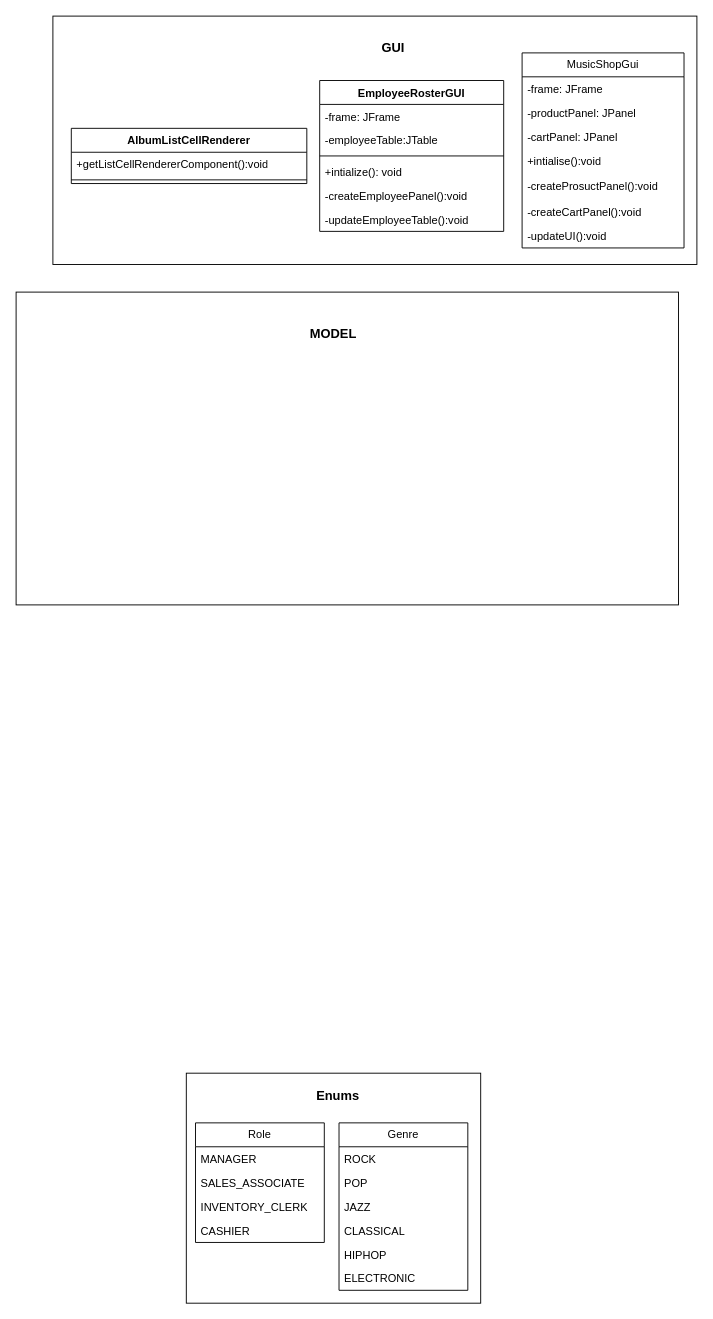
Senaraufi/OOAD-miniproject keeps this draw.io diagram as Diagrams/ClassDiagram.drawio. Above is the earlier version. Source tidied: cells renumbered, new cells numbered last; positions are measured from the earlier drawing's top-left corner, leaving out a move shared by most shapes. Both pictures are drawn from the tidied source at 92%, with x=0, y=0 at pixel (16, 16).
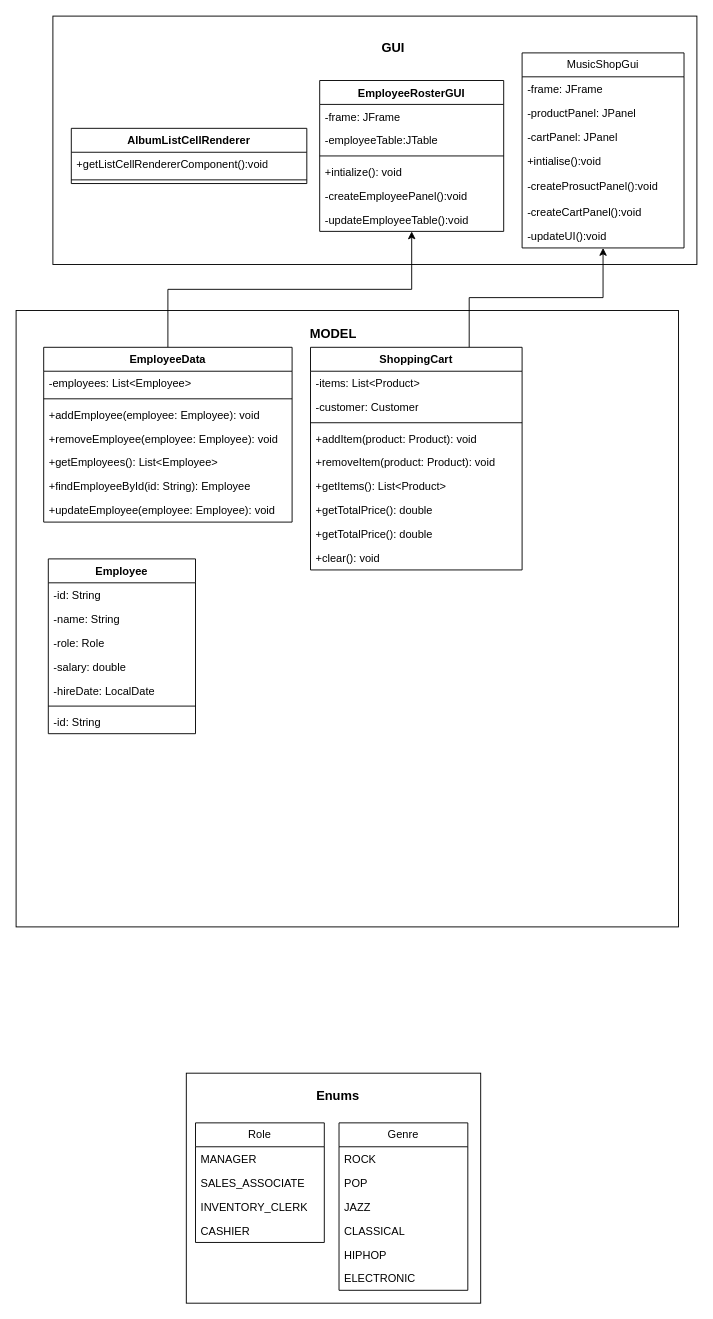
The same page after the edit.

The change refers to these unchanged cells:
```xml
<mxCell id="22" value="MusicShopGui" style="swimlane;fontStyle=0;horizontal=1;startSize=26;fillColor=none;whiteSpace=wrap;html=1;" parent="17" vertex="1">
  <mxGeometry x="510" y="40" width="176" height="212" as="geometry" />
</mxCell>
<mxCell id="30" value="EmployeeRosterGUI" style="swimlane;fontStyle=1;align=center;verticalAlign=top;horizontal=1;startSize=26;whiteSpace=wrap;html=1;" parent="17" vertex="1">
  <mxGeometry x="290" y="70" width="200" height="164" as="geometry" />
</mxCell>
```

The edit, as a diff of the source:
```diff
@@
     <mxCell id="38" style="rounded=0;whiteSpace=wrap;html=1;" parent="1" vertex="1">
-      <mxGeometry y="300" width="720" height="340" as="geometry" />
+      <mxGeometry y="320" width="720" height="670" as="geometry" />
     </mxCell>
@@
+    <mxCell id="40" style="edgeStyle=orthogonalEdgeStyle;rounded=0;jettySize=auto;html=1;exitX=0.5;exitY=0;exitDx=0;exitDy=0;" parent="1" edge="1" source="41" target="30">
+      <mxGeometry relative="1" as="geometry" />
+    </mxCell>
+    <mxCell id="41" value="EmployeeData" style="swimlane;fontStyle=1;align=center;verticalAlign=top;horizontal=1;startSize=26;whiteSpace=wrap;html=1;" parent="1" vertex="1">
+      <mxGeometry x="30" y="360" width="270" height="190" as="geometry" />
+    </mxCell>
+    <mxCell id="42" value="&lt;div&gt;-employees: List&amp;lt;Employee&amp;gt;&lt;/div&gt;" style="text;strokeColor=none;fillColor=none;align=left;verticalAlign=top;spacingLeft=4;spacingRight=4;overflow=hidden;whiteSpace=wrap;html=1;" parent="41" vertex="1">
+      <mxGeometry y="26" width="270" height="26" as="geometry" />
+    </mxCell>
+    <mxCell id="43" style="line;strokeWidth=1;fillColor=none;align=left;verticalAlign=middle;spacingTop=-1;spacingLeft=3;spacingRight=3;labelPosition=right;strokeColor=inherit;" parent="41" vertex="1">
+      <mxGeometry y="52" width="270" height="8" as="geometry" />
+    </mxCell>
+    <mxCell id="44" value="+addEmployee(employee: Employee): void" style="text;strokeColor=none;fillColor=none;align=left;verticalAlign=top;spacingLeft=4;spacingRight=4;overflow=hidden;whiteSpace=wrap;html=1;" parent="41" vertex="1">
+      <mxGeometry y="60" width="270" height="26" as="geometry" />
+    </mxCell>
+    <mxCell id="45" value="&lt;div&gt;+removeEmployee(employee: Employee): void&lt;/div&gt;" style="text;strokeColor=none;fillColor=none;align=left;verticalAlign=top;spacingLeft=4;spacingRight=4;overflow=hidden;whiteSpace=wrap;html=1;" parent="41" vertex="1">
+      <mxGeometry y="86" width="270" height="26" as="geometry" />
+    </mxCell>
+    <mxCell id="46" value="&lt;div&gt;+getEmployees(): List&amp;lt;Employee&amp;gt;&lt;/div&gt;" style="text;strokeColor=none;fillColor=none;align=left;verticalAlign=top;spacingLeft=4;spacingRight=4;overflow=hidden;whiteSpace=wrap;html=1;" parent="41" vertex="1">
+      <mxGeometry y="112" width="270" height="26" as="geometry" />
+    </mxCell>
+    <mxCell id="47" value="&lt;div&gt;+findEmployeeById(id: String): Employee&lt;/div&gt;" style="text;strokeColor=none;fillColor=none;align=left;verticalAlign=top;spacingLeft=4;spacingRight=4;overflow=hidden;whiteSpace=wrap;html=1;" parent="41" vertex="1">
+      <mxGeometry y="138" width="270" height="26" as="geometry" />
+    </mxCell>
+    <mxCell id="48" value="&lt;div&gt;+updateEmployee(employee: Employee): void&lt;/div&gt;" style="text;strokeColor=none;fillColor=none;align=left;verticalAlign=top;spacingLeft=4;spacingRight=4;overflow=hidden;whiteSpace=wrap;html=1;" parent="41" vertex="1">
+      <mxGeometry y="164" width="270" height="26" as="geometry" />
+    </mxCell>
+    <mxCell id="49" style="edgeStyle=orthogonalEdgeStyle;rounded=0;jettySize=auto;html=1;exitX=0.75;exitY=0;exitDx=0;exitDy=0;" parent="1" edge="1" source="50" target="22">
+      <mxGeometry relative="1" as="geometry" />
+    </mxCell>
+    <mxCell id="50" value="ShoppingCart" style="swimlane;fontStyle=1;align=center;verticalAlign=top;horizontal=1;startSize=26;whiteSpace=wrap;html=1;" parent="1" vertex="1">
+      <mxGeometry x="320" y="360" width="230" height="242" as="geometry" />
+    </mxCell>
+    <mxCell id="51" value="-items: List&amp;lt;Product&amp;gt;" style="text;strokeColor=none;fillColor=none;align=left;verticalAlign=top;spacingLeft=4;spacingRight=4;overflow=hidden;whiteSpace=wrap;html=1;" parent="50" vertex="1">
+      <mxGeometry y="26" width="230" height="26" as="geometry" />
+    </mxCell>
+    <mxCell id="52" value="-customer: Customer" style="text;strokeColor=none;fillColor=none;align=left;verticalAlign=top;spacingLeft=4;spacingRight=4;overflow=hidden;whiteSpace=wrap;html=1;" parent="50" vertex="1">
+      <mxGeometry y="52" width="230" height="26" as="geometry" />
+    </mxCell>
+    <mxCell id="53" style="line;strokeWidth=1;fillColor=none;align=left;verticalAlign=middle;spacingTop=-1;spacingLeft=3;spacingRight=3;labelPosition=right;strokeColor=inherit;" parent="50" vertex="1">
+      <mxGeometry y="78" width="230" height="8" as="geometry" />
+    </mxCell>
+    <mxCell id="54" value="+addItem(product: Product): void" style="text;strokeColor=none;fillColor=none;align=left;verticalAlign=top;spacingLeft=4;spacingRight=4;overflow=hidden;whiteSpace=wrap;html=1;" parent="50" vertex="1">
+      <mxGeometry y="86" width="230" height="26" as="geometry" />
+    </mxCell>
+    <mxCell id="55" value="+removeItem(product: Product): void" style="text;strokeColor=none;fillColor=none;align=left;verticalAlign=top;spacingLeft=4;spacingRight=4;overflow=hidden;whiteSpace=wrap;html=1;" parent="50" vertex="1">
+      <mxGeometry y="112" width="230" height="26" as="geometry" />
+    </mxCell>
+    <mxCell id="56" value="+getItems(): List&amp;lt;Product&amp;gt;" style="text;strokeColor=none;fillColor=none;align=left;verticalAlign=top;spacingLeft=4;spacingRight=4;overflow=hidden;whiteSpace=wrap;html=1;" parent="50" vertex="1">
+      <mxGeometry y="138" width="230" height="26" as="geometry" />
+    </mxCell>
+    <mxCell id="57" value="+getTotalPrice(): double" style="text;strokeColor=none;fillColor=none;align=left;verticalAlign=top;spacingLeft=4;spacingRight=4;overflow=hidden;whiteSpace=wrap;html=1;" parent="50" vertex="1">
+      <mxGeometry y="164" width="230" height="26" as="geometry" />
+    </mxCell>
+    <mxCell id="58" value="+getTotalPrice(): double&lt;div&gt;&lt;/div&gt;" style="text;strokeColor=none;fillColor=none;align=left;verticalAlign=top;spacingLeft=4;spacingRight=4;overflow=hidden;whiteSpace=wrap;html=1;" parent="50" vertex="1">
+      <mxGeometry y="190" width="230" height="26" as="geometry" />
+    </mxCell>
+    <mxCell id="59" value="+clear(): void&lt;div&gt;&lt;/div&gt;" style="text;strokeColor=none;fillColor=none;align=left;verticalAlign=top;spacingLeft=4;spacingRight=4;overflow=hidden;whiteSpace=wrap;html=1;" parent="50" vertex="1">
+      <mxGeometry y="216" width="230" height="26" as="geometry" />
+    </mxCell>
+    <mxCell id="60" value="Employee" style="swimlane;fontStyle=1;align=center;verticalAlign=top;horizontal=1;startSize=26;whiteSpace=wrap;html=1;" parent="1" vertex="1">
+      <mxGeometry x="35" y="590" width="160" height="190" as="geometry" />
+    </mxCell>
+    <mxCell id="61" value="-id: String" style="text;strokeColor=none;fillColor=none;align=left;verticalAlign=top;spacingLeft=4;spacingRight=4;overflow=hidden;whiteSpace=wrap;html=1;" parent="60" vertex="1">
+      <mxGeometry y="26" width="160" height="26" as="geometry" />
+    </mxCell>
+    <mxCell id="62" value="-name: String" style="text;strokeColor=none;fillColor=none;align=left;verticalAlign=top;spacingLeft=4;spacingRight=4;overflow=hidden;whiteSpace=wrap;html=1;" parent="60" vertex="1">
+      <mxGeometry y="52" width="160" height="26" as="geometry" />
+    </mxCell>
+    <mxCell id="63" value="-role: Role" style="text;strokeColor=none;fillColor=none;align=left;verticalAlign=top;spacingLeft=4;spacingRight=4;overflow=hidden;whiteSpace=wrap;html=1;" parent="60" vertex="1">
+      <mxGeometry y="78" width="160" height="26" as="geometry" />
+    </mxCell>
+    <mxCell id="64" value="-salary: double" style="text;strokeColor=none;fillColor=none;align=left;verticalAlign=top;spacingLeft=4;spacingRight=4;overflow=hidden;whiteSpace=wrap;html=1;" parent="60" vertex="1">
+      <mxGeometry y="104" width="160" height="26" as="geometry" />
+    </mxCell>
+    <mxCell id="65" value="-hireDate: LocalDate" style="text;strokeColor=none;fillColor=none;align=left;verticalAlign=top;spacingLeft=4;spacingRight=4;overflow=hidden;whiteSpace=wrap;html=1;" parent="60" vertex="1">
+      <mxGeometry y="130" width="160" height="26" as="geometry" />
+    </mxCell>
+    <mxCell id="66" style="line;strokeWidth=1;fillColor=none;align=left;verticalAlign=middle;spacingTop=-1;spacingLeft=3;spacingRight=3;labelPosition=right;strokeColor=inherit;" parent="60" vertex="1">
+      <mxGeometry y="156" width="160" height="8" as="geometry" />
+    </mxCell>
+    <mxCell id="67" value="-id: String" style="text;strokeColor=none;fillColor=none;align=left;verticalAlign=top;spacingLeft=4;spacingRight=4;overflow=hidden;whiteSpace=wrap;html=1;" parent="60" vertex="1">
+      <mxGeometry y="164" width="160" height="26" as="geometry" />
+    </mxCell>
```
